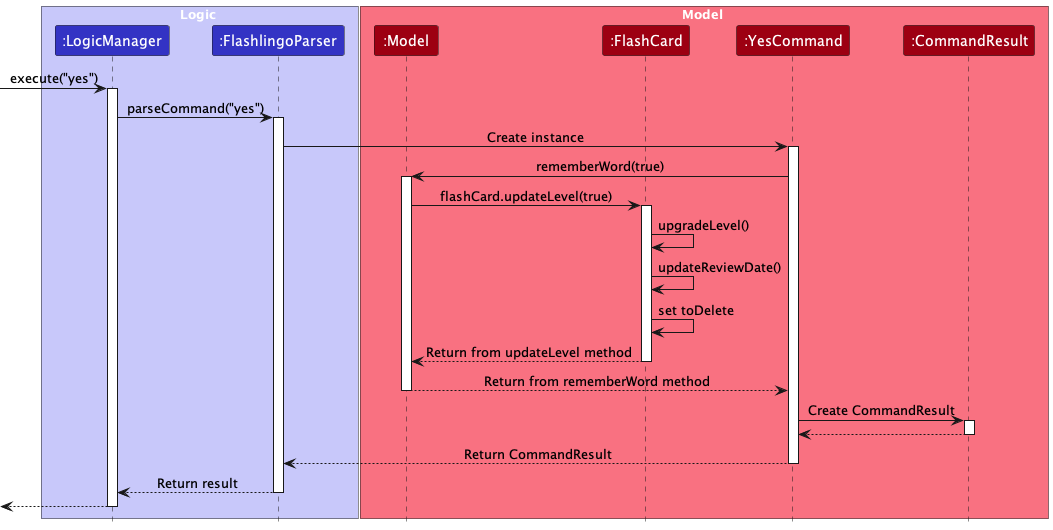
Earlier version of the PlantUML export docs/images/YesSequenceDiagram.png (nus-cs2103-AY2324S1/tp). Its diagram source:
```plantuml
@startuml
!include style.puml
skinparam ArrowFontStyle plain

box Logic LOGIC_COLOR_T1
participant ":LogicManager" as LogicManager LOGIC_COLOR
participant ":FlashlingoParser" as FlashlingoParser LOGIC_COLOR
end box

box Model MODEL_COLOR_T1
participant ":Model" as Model MODEL_COLOR
participant ":FlashCard" as FlashCard MODEL_COLOR
participant ":YesCommand" as YesCommand MODEL_COLOR
participant ":CommandResult" as CommandResult MODEL_COLOR
end box

[-> LogicManager : execute("yes")
activate LogicManager

LogicManager -> FlashlingoParser : parseCommand("yes")
activate FlashlingoParser

FlashlingoParser -> YesCommand : Create instance
activate YesCommand

YesCommand -> Model : rememberWord(true)
activate Model

Model -> FlashCard : flashCard.updateLevel(true)
activate FlashCard

FlashCard -> FlashCard : upgradeLevel()
FlashCard -> FlashCard : updateReviewDate()
FlashCard -> FlashCard : set toDelete
FlashCard --> Model : Return from updateLevel method
deactivate FlashCard

Model --> YesCommand : Return from rememberWord method
deactivate Model

YesCommand -> CommandResult : Create CommandResult
activate CommandResult

CommandResult --> YesCommand
deactivate CommandResult

YesCommand --> FlashlingoParser : Return CommandResult
deactivate YesCommand

FlashlingoParser --> LogicManager : Return result
deactivate FlashlingoParser

[<--LogicManager
deactivate LogicManager
@enduml
```
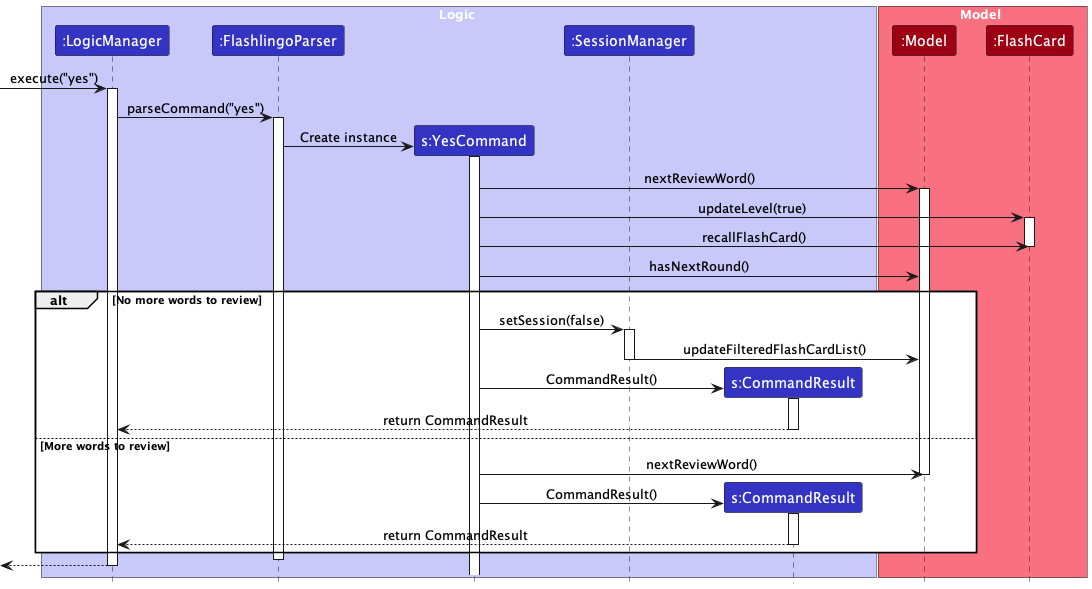
After the commit.

Diff of the diagram source:
```diff
@@ -5,13 +5,14 @@
 box Logic LOGIC_COLOR_T1
 participant ":LogicManager" as LogicManager LOGIC_COLOR
 participant ":FlashlingoParser" as FlashlingoParser LOGIC_COLOR
+participant "s:YesCommand" as YesCommand LOGIC_COLOR
+participant ":SessionManager" as SessionManager LOGIC_COLOR
+participant "s:CommandResult" as CommandResult LOGIC_COLOR
 end box
 
 box Model MODEL_COLOR_T1
 participant ":Model" as Model MODEL_COLOR
 participant ":FlashCard" as FlashCard MODEL_COLOR
-participant ":YesCommand" as YesCommand MODEL_COLOR
-participant ":CommandResult" as CommandResult MODEL_COLOR
 end box
 
 [-> LogicManager : execute("yes")
@@ -20,34 +21,39 @@
 LogicManager -> FlashlingoParser : parseCommand("yes")
 activate FlashlingoParser
 
+create YesCommand
 FlashlingoParser -> YesCommand : Create instance
 activate YesCommand
 
-YesCommand -> Model : rememberWord(true)
+
+YesCommand -> Model: nextReviewWord()
 activate Model
+YesCommand -> FlashCard: updateLevel(true)
+activate FlashCard
+YesCommand -> FlashCard: recallFlashCard()
+deactivate FlashCard
+YesCommand -> Model: hasNextRound()
 
-Model -> FlashCard : flashCard.updateLevel(true)
-activate FlashCard
+alt No more words to review
+    YesCommand -> SessionManager: setSession(false)
+    activate SessionManager
+    SessionManager -> Model: updateFilteredFlashCardList()
+    deactivate SessionManager
+    create CommandResult
+    YesCommand -> CommandResult : CommandResult()
+    activate CommandResult
+    CommandResult --> LogicManager : return CommandResult
+    deactivate CommandResult
+else More words to review
+    YesCommand -> Model: nextReviewWord()
+    deactivate Model
+    create CommandResult
+    YesCommand -> CommandResult : CommandResult()
+    activate CommandResult
+    CommandResult --> LogicManager : return CommandResult
+    deactivate CommandResult
+end
 
-FlashCard -> FlashCard : upgradeLevel()
-FlashCard -> FlashCard : updateReviewDate()
-FlashCard -> FlashCard : set toDelete
-FlashCard --> Model : Return from updateLevel method
-deactivate FlashCard
-
-Model --> YesCommand : Return from rememberWord method
-deactivate Model
-
-YesCommand -> CommandResult : Create CommandResult
-activate CommandResult
-
-CommandResult --> YesCommand
-deactivate CommandResult
-
-YesCommand --> FlashlingoParser : Return CommandResult
-deactivate YesCommand
-
-FlashlingoParser --> LogicManager : Return result
 deactivate FlashlingoParser
 
 [<--LogicManager
```
